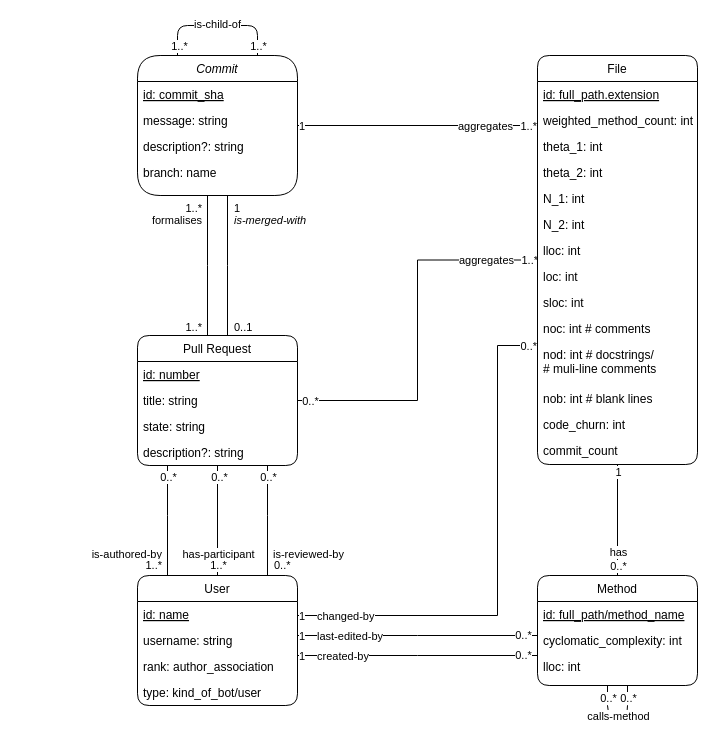
Before: Exports/OCEL-Object-Diagram.drawio in AlexS-1/Bachelor-Code, a draw.io diagram. Source tidied: cells renumbered, new cells numbered last; positions are measured from the earlier drawing's top-left corner, leaving out a move shared by most shapes. Both pictures are drawn from the tidied source at 100%, with x=0, y=0 at pixel (137, 25).
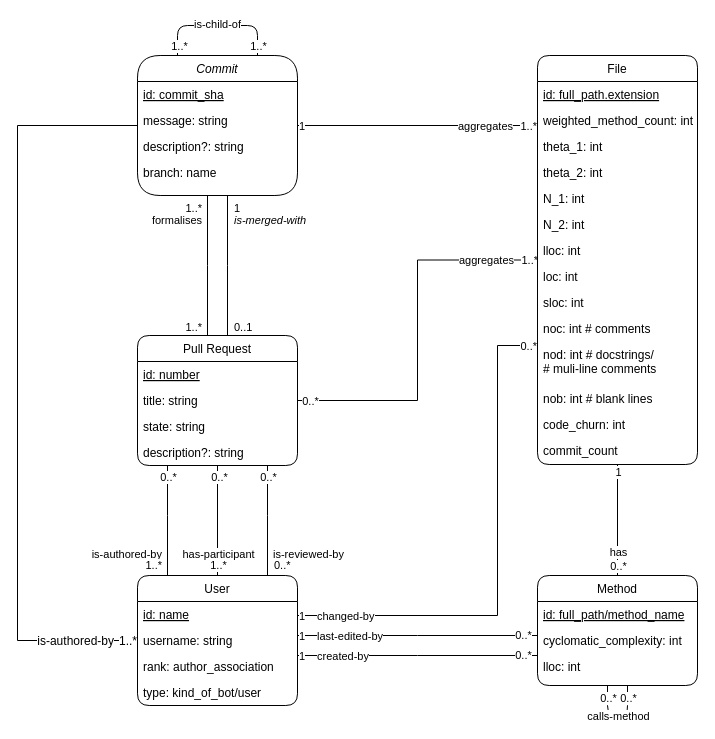
The same diagram, later.

Commit message:
Fix OCEL-Object-Diagram with missing relationship

Unchanged cells that the change refers to:
```xml
<mxCell id="6" value="Commit" style="swimlane;fontStyle=2;align=center;verticalAlign=top;horizontal=1;startSize=26;rounded=1;shadow=0;strokeWidth=1;arcSize=29;" parent="1" vertex="1">
  <mxGeometry y="30" width="160" height="140" as="geometry" />
</mxCell>
<mxCell id="46" value="username: string&#10;" style="text;align=left;verticalAlign=top;spacingLeft=4;spacingRight=4;overflow=hidden;points=[[0,0.5],[1,0.5]];portConstraint=eastwest;fontStyle=0;rounded=1;" parent="44" vertex="1">
  <mxGeometry y="52" width="160" height="26" as="geometry" />
</mxCell>
```

Change to the diagram source:
```diff
@@
+    <mxCell id="88" style="edgeStyle=orthogonalEdgeStyle;rounded=0;jettySize=auto;html=1;fontSize=12;startSize=8;endSize=8;endArrow=none;startFill=0;" parent="1" edge="1" source="46" target="6">
+      <mxGeometry relative="1" as="geometry">
+        <Array as="points">
+          <mxPoint x="-120" y="615" />
+          <mxPoint x="-120" y="100" />
+        </Array>
+      </mxGeometry>
+    </mxCell>
+    <mxCell id="89" value="is-authored-by" style="edgeLabel;html=1;align=right;verticalAlign=middle;fontSize=12;spacing=2;" parent="88" vertex="1">
+      <mxGeometry x="-0.94" relative="1" as="geometry" />
+    </mxCell>
+    <mxCell id="90" value="1..*" style="edgeLabel;html=1;align=right;verticalAlign=middle;fontSize=12;spacing=2;" parent="88" vertex="1">
+      <mxGeometry x="-1" relative="1" as="geometry" />
+    </mxCell>
```
